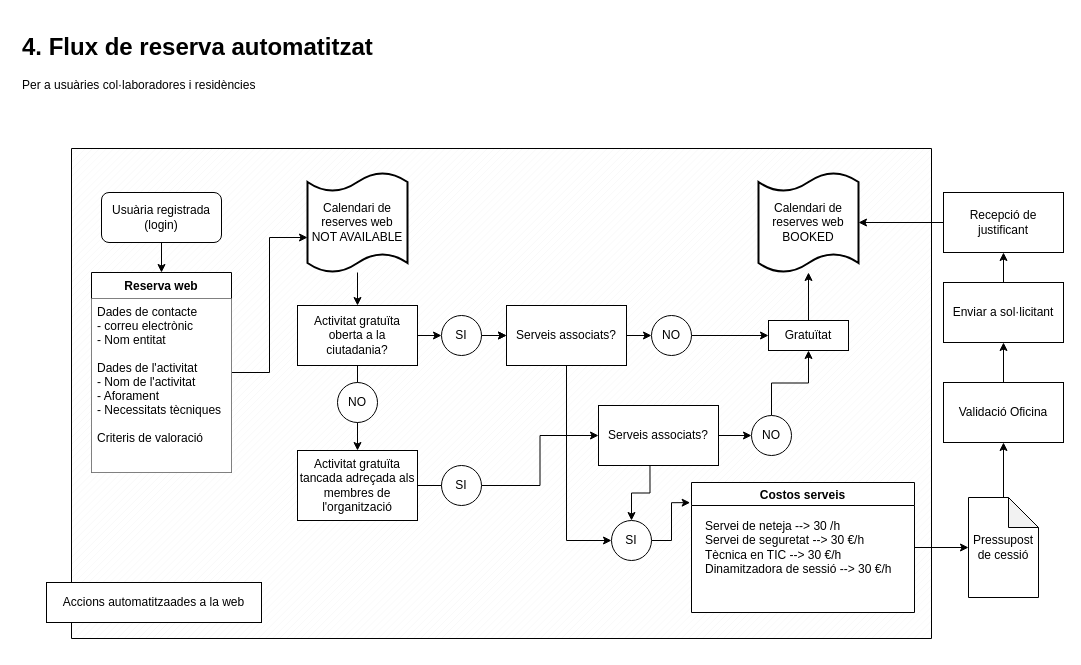
nuria-alonso/diagrames keeps this draw.io diagram as 4-ReservesCanodrom.drawio. Above is the earlier version. Source tidied: cells renumbered, new cells numbered last; positions are measured from the earlier drawing's top-left corner, leaving out a move shared by most shapes. Both pictures are drawn from the tidied source at 100%, with x=0, y=0 at pixel (17, 27).
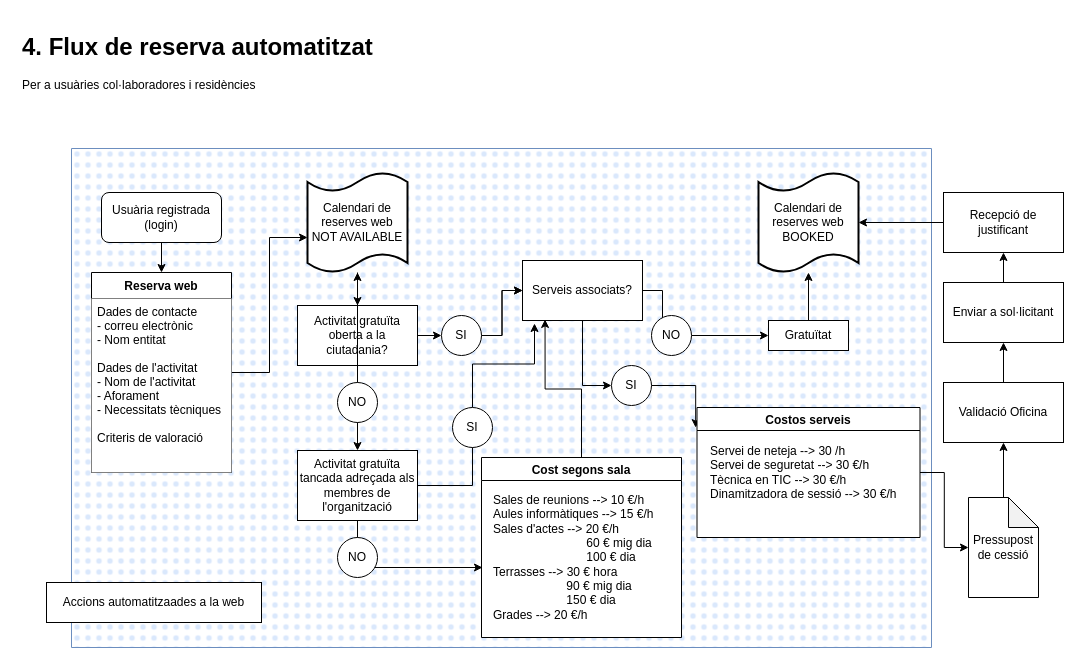
The same page after the edit.

The change refers to these unchanged cells:
```xml
<mxCell id="16" value="NO" style="ellipse;whiteSpace=wrap;html=1;" parent="1" vertex="1">
  <mxGeometry x="320" y="355" width="40" height="40" as="geometry" />
</mxCell>
<mxCell id="17" value="Activitat gratuïta tancada adreçada als membres de l'organització" style="rounded=0;whiteSpace=wrap;html=1;" parent="1" vertex="1">
  <mxGeometry x="280" y="423" width="120" height="70" as="geometry" />
</mxCell>
<mxCell id="27" value="Gratuïtat" style="rounded=0;whiteSpace=wrap;html=1;" parent="1" vertex="1">
  <mxGeometry x="751" y="293" width="80" height="30" as="geometry" />
</mxCell>
<mxCell id="46" value="&lt;div&gt;Calendari de reserves web&lt;/div&gt;&lt;div&gt;NOT AVAILABLE&lt;br&gt;&lt;/div&gt;" style="shape=tape;whiteSpace=wrap;html=1;strokeWidth=2;size=0.19;" parent="1" vertex="1">
  <mxGeometry x="290" y="145" width="100" height="100" as="geometry" />
</mxCell>
```

What changed in the source:
```diff
@@
-    <mxCell id="2" style="verticalLabelPosition=bottom;verticalAlign=top;html=1;shape=mxgraph.basic.patternFillRect;fillStyle=diag;step=5;fillStrokeWidth=0.2;fillStrokeColor=#dddddd;" parent="1" vertex="1">
-      <mxGeometry x="54" y="121" width="860" height="490" as="geometry" />
+    <mxCell id="2" style="verticalLabelPosition=bottom;verticalAlign=top;html=1;shape=mxgraph.basic.patternFillRect;fillStyle=dots;step=5;fillStrokeWidth=0.2;fillStrokeColor=#dddddd;fillColor=#dae8fc;strokeColor=#6c8ebf;" parent="1" vertex="1">
+      <mxGeometry x="54" y="121" width="860" height="499" as="geometry" />
     </mxCell>
@@
+    <mxCell id="49" style="edgeStyle=orthogonalEdgeStyle;rounded=0;jettySize=auto;html=1;" parent="1" edge="1" source="16" target="46">
+      <mxGeometry relative="1" as="geometry" />
+    </mxCell>
@@
-    <mxCell id="18" style="edgeStyle=orthogonalEdgeStyle;rounded=0;jettySize=auto;html=1;" parent="1" edge="1" source="19" target="30">
-      <mxGeometry relative="1" as="geometry" />
-    </mxCell>
+    <mxCell id="50" style="edgeStyle=orthogonalEdgeStyle;rounded=0;jettySize=auto;html=1;exitX=0.5;exitY=0;exitDx=0;exitDy=0;entryX=0.1;entryY=1.05;entryDx=0;entryDy=0;entryPerimeter=0;" parent="1" edge="1" source="19" target="23">
+      <mxGeometry relative="1" as="geometry" />
+    </mxCell>
     <mxCell id="19" value="SI" style="ellipse;whiteSpace=wrap;html=1;" parent="1" vertex="1">
-      <mxGeometry x="424" y="438" width="40" height="40" as="geometry" />
+      <mxGeometry x="435" y="380" width="40" height="40" as="geometry" />
     </mxCell>
@@
     <mxCell id="23" value="Serveis associats?" style="rounded=0;whiteSpace=wrap;html=1;" parent="1" vertex="1">
-      <mxGeometry x="489" y="278" width="120" height="60" as="geometry" />
+      <mxGeometry x="505" y="233" width="120" height="60" as="geometry" />
     </mxCell>
@@
-    <mxCell id="28" style="edgeStyle=orthogonalEdgeStyle;rounded=0;jettySize=auto;html=1;entryX=0;entryY=0.5;entryDx=0;entryDy=0;exitX=0.429;exitY=0.989;exitDx=0;exitDy=0;exitPerimeter=0;" parent="1" edge="1" source="30" target="33">
-      <mxGeometry relative="1" as="geometry" />
-    </mxCell>
-    <mxCell id="29" style="edgeStyle=orthogonalEdgeStyle;rounded=0;jettySize=auto;html=1;entryX=0;entryY=0.5;entryDx=0;entryDy=0;" parent="1" edge="1" source="30" target="48">
-      <mxGeometry relative="1" as="geometry" />
-    </mxCell>
-    <mxCell id="30" value="Serveis associats?" style="rounded=0;whiteSpace=wrap;html=1;" parent="1" vertex="1">
-      <mxGeometry x="581" y="378" width="120" height="60" as="geometry" />
-    </mxCell>
-    <mxCell id="31" style="edgeStyle=orthogonalEdgeStyle;rounded=0;jettySize=auto;html=1;" parent="1" edge="1" source="48" target="27">
-      <mxGeometry relative="1" as="geometry" />
-    </mxCell>
@@
     <mxCell id="33" value="SI" style="ellipse;whiteSpace=wrap;html=1;direction=south;" parent="1" vertex="1">
-      <mxGeometry x="594" y="493" width="40" height="40" as="geometry" />
+      <mxGeometry x="594" y="338" width="40" height="40" as="geometry" />
     </mxCell>
@@
     <mxCell id="35" value="Costos serveis" style="swimlane;gradientColor=#ffffff;swimlaneFillColor=#ffffff;" parent="1" vertex="1">
-      <mxGeometry x="674" y="455" width="223" height="130" as="geometry" />
+      <mxGeometry x="679.5" y="380" width="223" height="130" as="geometry" />
     </mxCell>
@@
+    <mxCell id="51" style="edgeStyle=orthogonalEdgeStyle;rounded=0;jettySize=auto;html=1;exitX=0.5;exitY=0;exitDx=0;exitDy=0;entryX=0.188;entryY=0.983;entryDx=0;entryDy=0;entryPerimeter=0;" parent="1" edge="1" source="52" target="23">
+      <mxGeometry relative="1" as="geometry" />
+    </mxCell>
+    <mxCell id="52" value="Cost segons sala" style="swimlane;gradientColor=#ffffff;swimlaneFillColor=#ffffff;" parent="1" vertex="1">
+      <mxGeometry x="464" y="430" width="200" height="180" as="geometry" />
+    </mxCell>
+    <mxCell id="53" value="&lt;div align=&quot;left&quot;&gt;Sales de reunions --&amp;gt; 10 €/h&lt;/div&gt;&lt;div align=&quot;left&quot;&gt;Aules informàtiques --&amp;gt; 15 €/h&lt;br&gt;&lt;/div&gt;&lt;div&gt;Sales d'actes --&amp;gt; 20 €/h&lt;br&gt;&amp;nbsp;&amp;nbsp;&amp;nbsp;&amp;nbsp;&amp;nbsp;&amp;nbsp;&amp;nbsp;&amp;nbsp;&amp;nbsp;&amp;nbsp;&amp;nbsp;&amp;nbsp;&amp;nbsp;&amp;nbsp;&amp;nbsp;&amp;nbsp;&amp;nbsp;&amp;nbsp;&amp;nbsp;&amp;nbsp;&amp;nbsp;&amp;nbsp;&amp;nbsp;&amp;nbsp;&amp;nbsp;&amp;nbsp;&amp;nbsp; 60 € mig dia&lt;/div&gt;&lt;div&gt;&amp;nbsp; &amp;nbsp; &amp;nbsp; &amp;nbsp; &amp;nbsp; &amp;nbsp; &amp;nbsp; &amp;nbsp; &amp;nbsp; &amp;nbsp; &amp;nbsp; &amp;nbsp; &amp;nbsp; &amp;nbsp; 100 € dia &lt;br&gt;&lt;/div&gt;&lt;div&gt;Terrasses --&amp;gt; 30 € hora&lt;/div&gt;&lt;div&gt;&amp;nbsp;&amp;nbsp;&amp;nbsp;&amp;nbsp;&amp;nbsp;&amp;nbsp;&amp;nbsp;&amp;nbsp;&amp;nbsp;&amp;nbsp;&amp;nbsp;&amp;nbsp;&amp;nbsp;&amp;nbsp;&amp;nbsp;&amp;nbsp;&amp;nbsp;&amp;nbsp;&amp;nbsp;&amp;nbsp;&amp;nbsp; 90 € mig dia&lt;/div&gt;&lt;div&gt;&amp;nbsp;&amp;nbsp;&amp;nbsp;&amp;nbsp;&amp;nbsp;&amp;nbsp;&amp;nbsp;&amp;nbsp;&amp;nbsp;&amp;nbsp;&amp;nbsp;&amp;nbsp;&amp;nbsp;&amp;nbsp;&amp;nbsp;&amp;nbsp;&amp;nbsp;&amp;nbsp;&amp;nbsp;&amp;nbsp;&amp;nbsp; 150 € dia&lt;/div&gt;&lt;div&gt;Grades --&amp;gt; 20 €/h&lt;br&gt;&lt;/div&gt;" style="text;html=1;align=left;verticalAlign=middle;strokeColor=none;" parent="52" vertex="1">
+      <mxGeometry x="10" y="35" width="180" height="130" as="geometry" />
+    </mxCell>
+    <mxCell id="54" style="endArrow=classic;html=1;rounded=0;exitX=0.5;exitY=1;exitDx=0;exitDy=0;" parent="1" edge="1" source="17">
+      <mxGeometry relative="1" as="geometry">
+        <mxPoint x="465" y="540" as="targetPoint" />
+        <Array as="points">
+          <mxPoint x="340" y="540" />
+        </Array>
+      </mxGeometry>
+    </mxCell>
     <mxCell id="48" value="NO" style="ellipse;whiteSpace=wrap;html=1;" parent="1" vertex="1">
-      <mxGeometry x="734" y="388" width="40" height="40" as="geometry" />
+      <mxGeometry x="320" y="510" width="40" height="40" as="geometry" />
     </mxCell>
```
